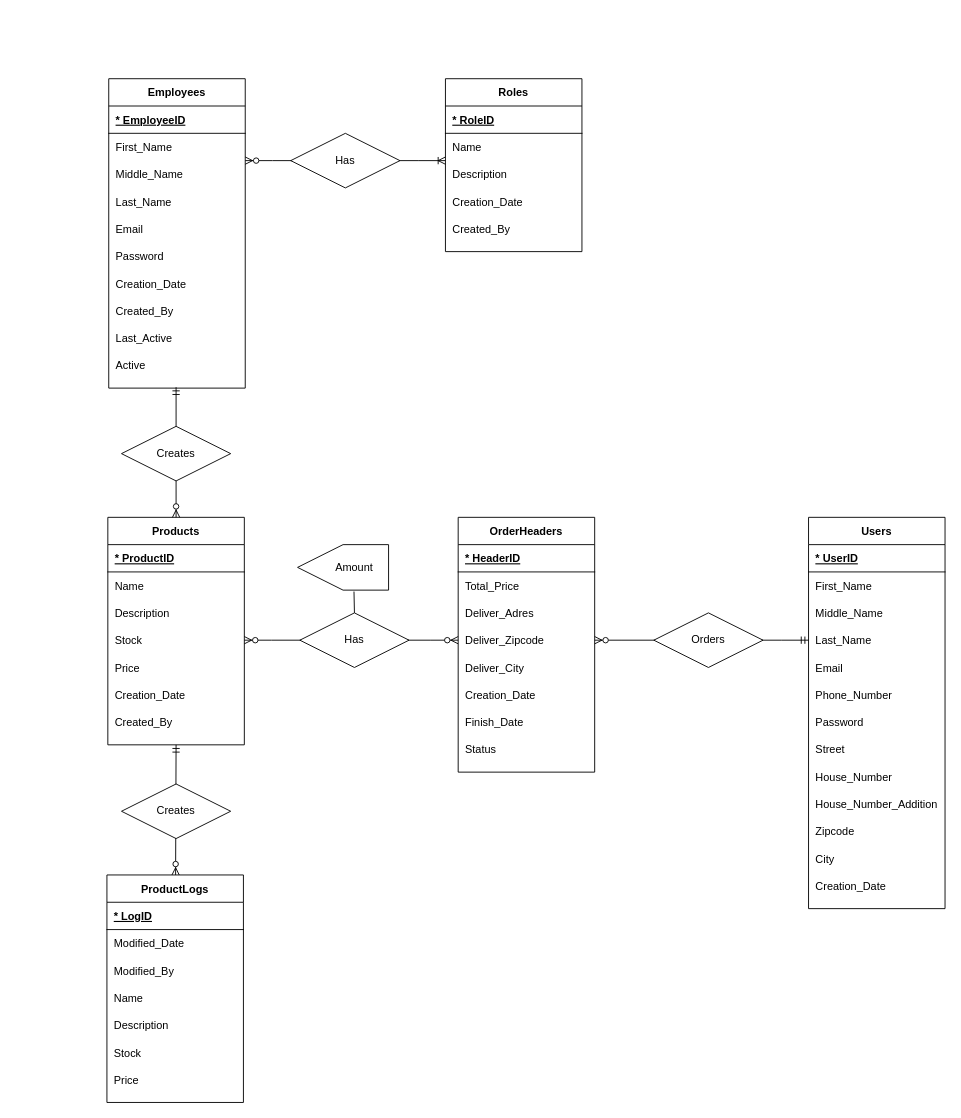
Before: ERD.drawio in wgeboers/stilteaubvDatabase, a draw.io diagram. Source tidied: cells renumbered, new cells numbered last; positions are measured from the earlier drawing's top-left corner, leaving out a move shared by most shapes. Both pictures are drawn from the tidied source at 91%, with x=0, y=0 at pixel (106, 78).
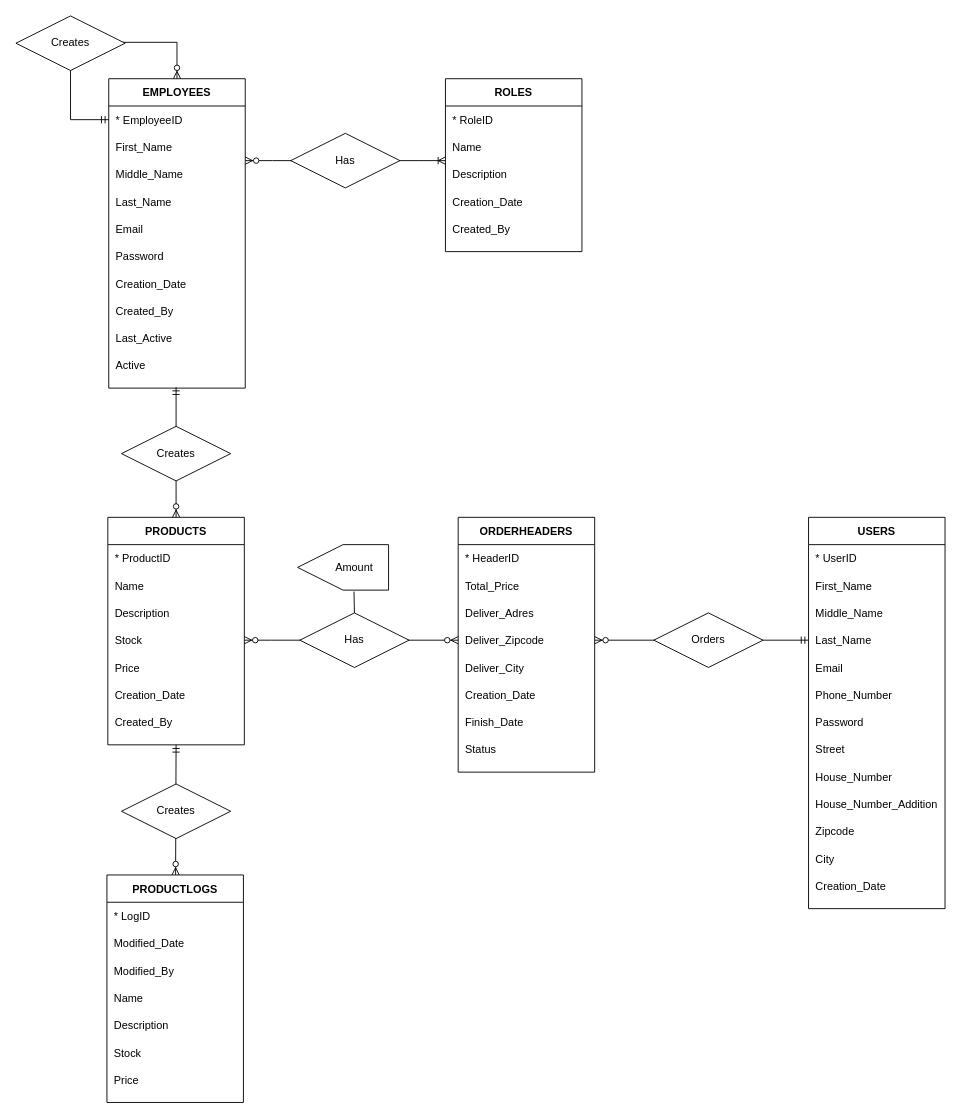
The same page after the edit.

The edit, as a diff of the source:
```diff
@@
-    <mxCell id="2" value="Employees" style="shape=table;startSize=30;childLayout=tableLayout;rowLines=0;fontStyle=1;align=center;" parent="1" vertex="1">
+    <mxCell id="2" value="EMPLOYEES" style="shape=table;startSize=30;childLayout=tableLayout;rowLines=0;fontStyle=1;align=center;" parent="1" vertex="1">
       <mxGeometry x="2" width="150" height="340" as="geometry" />
     </mxCell>
-    <mxCell id="3" style="shape=tableRow;horizontal=0;startSize=0;swimlaneHead=0;swimlaneBody=0;fillColor=none;top=0;left=0;right=0;bottom=1;" parent="2" vertex="1">
-      <mxGeometry y="30" width="150" height="30" as="geometry" />
-    </mxCell>
+    <mxCell id="121" style="shape=tableRow;horizontal=0;startSize=0;swimlaneHead=0;swimlaneBody=0;fillColor=none;points=[[0,0.5],[1,0.5]];portConstraint=eastwest;top=0;left=0;right=0;bottom=0;" parent="2" vertex="1">
+      <mxGeometry y="30" width="150" height="30" as="geometry" />
+    </mxCell>
-    <mxCell id="4" value="* EmployeeID" style="shape=partialRectangle;fillColor=none;top=0;left=0;bottom=0;right=0;align=left;spacingLeft=6;fontStyle=5;overflow=hidden;" parent="3" vertex="1">
+    <mxCell id="4" value="* EmployeeID" style="shape=partialRectangle;fillColor=none;top=0;left=0;bottom=0;right=0;align=left;spacingLeft=6;overflow=hidden;" parent="121" vertex="1">
       <mxGeometry width="150" height="30" as="geometry" />
     </mxCell>
@@
+    <mxCell id="122" style="fontSize=12;html=1;endArrow=ERzeroToMany;startArrow=ERmandOne;rounded=0;strokeColor=default;exitX=0;exitY=0.5;exitDx=0;exitDy=0;entryX=0.5;entryY=0;entryDx=0;entryDy=0;" parent="2" edge="1" source="121" target="2">
+      <mxGeometry relative="1" as="geometry">
+        <Array as="points">
+          <mxPoint x="-42" y="45" />
+          <mxPoint x="-42" y="-40" />
+          <mxPoint x="75" y="-40" />
+        </Array>
+      </mxGeometry>
+    </mxCell>
-    <mxCell id="23" value="Roles" style="shape=table;startSize=30;childLayout=tableLayout;rowLines=0;fontStyle=1;align=center;" parent="1" vertex="1">
+    <mxCell id="23" value="ROLES" style="shape=table;startSize=30;childLayout=tableLayout;rowLines=0;fontStyle=1;align=center;" parent="1" vertex="1">
       <mxGeometry x="372" width="150" height="190" as="geometry" />
     </mxCell>
-    <mxCell id="24" style="shape=tableRow;horizontal=0;startSize=0;swimlaneHead=0;swimlaneBody=0;fillColor=none;top=0;left=0;right=0;bottom=1;" parent="23" vertex="1">
-      <mxGeometry y="30" width="150" height="30" as="geometry" />
-    </mxCell>
+    <mxCell id="123" style="shape=tableRow;horizontal=0;startSize=0;swimlaneHead=0;swimlaneBody=0;fillColor=none;top=0;left=0;right=0;bottom=0;" parent="23" vertex="1">
+      <mxGeometry y="30" width="150" height="30" as="geometry" />
+    </mxCell>
-    <mxCell id="25" value="* RoleID" style="shape=partialRectangle;fillColor=none;top=0;left=0;bottom=0;right=0;align=left;spacingLeft=6;fontStyle=5;overflow=hidden;" parent="24" vertex="1">
+    <mxCell id="25" value="* RoleID" style="shape=partialRectangle;fillColor=none;top=0;left=0;bottom=0;right=0;align=left;spacingLeft=6;overflow=hidden;" parent="123" vertex="1">
       <mxGeometry width="150" height="30" as="geometry" />
     </mxCell>
@@
-    <mxCell id="34" value="Users" style="shape=table;startSize=30;childLayout=tableLayout;rowLines=0;fontStyle=1;align=center;" parent="1" vertex="1">
+    <mxCell id="34" value="USERS" style="shape=table;startSize=30;childLayout=tableLayout;rowLines=0;fontStyle=1;align=center;" parent="1" vertex="1">
       <mxGeometry x="771" y="482" width="150" height="430" as="geometry" />
     </mxCell>
-    <mxCell id="35" style="shape=tableRow;horizontal=0;startSize=0;swimlaneHead=0;swimlaneBody=0;fillColor=none;top=0;left=0;right=0;bottom=1;" parent="34" vertex="1">
-      <mxGeometry y="30" width="150" height="30" as="geometry" />
-    </mxCell>
+    <mxCell id="124" style="shape=tableRow;horizontal=0;startSize=0;swimlaneHead=0;swimlaneBody=0;fillColor=none;top=0;left=0;right=0;bottom=0;" parent="34" vertex="1">
+      <mxGeometry y="30" width="150" height="30" as="geometry" />
+    </mxCell>
-    <mxCell id="36" value="* UserID" style="shape=partialRectangle;fillColor=none;top=0;left=0;bottom=0;right=0;align=left;spacingLeft=6;fontStyle=5;overflow=hidden;" parent="35" vertex="1">
+    <mxCell id="36" value="* UserID" style="shape=partialRectangle;fillColor=none;top=0;left=0;bottom=0;right=0;align=left;spacingLeft=6;overflow=hidden;" parent="124" vertex="1">
       <mxGeometry width="150" height="30" as="geometry" />
     </mxCell>
@@
-    <mxCell id="61" value="Products" style="shape=table;startSize=30;childLayout=tableLayout;rowLines=0;fontStyle=1;align=center;" parent="1" vertex="1">
+    <mxCell id="61" value="PRODUCTS" style="shape=table;startSize=30;childLayout=tableLayout;rowLines=0;fontStyle=1;align=center;" parent="1" vertex="1">
       <mxGeometry x="1" y="482" width="150" height="250" as="geometry" />
     </mxCell>
-    <mxCell id="62" style="shape=tableRow;horizontal=0;startSize=0;swimlaneHead=0;swimlaneBody=0;fillColor=none;top=0;left=0;right=0;bottom=1;" parent="61" vertex="1">
-      <mxGeometry y="30" width="150" height="30" as="geometry" />
-    </mxCell>
+    <mxCell id="125" style="shape=tableRow;horizontal=0;startSize=0;swimlaneHead=0;swimlaneBody=0;fillColor=none;top=0;left=0;right=0;bottom=0;" parent="61" vertex="1">
+      <mxGeometry y="30" width="150" height="30" as="geometry" />
+    </mxCell>
-    <mxCell id="63" value="* ProductID" style="shape=partialRectangle;fillColor=none;top=0;left=0;bottom=0;right=0;align=left;spacingLeft=6;fontStyle=5;overflow=hidden;" parent="62" vertex="1">
+    <mxCell id="63" value="* ProductID" style="shape=partialRectangle;fillColor=none;top=0;left=0;bottom=0;right=0;align=left;spacingLeft=6;overflow=hidden;" parent="125" vertex="1">
       <mxGeometry width="150" height="30" as="geometry" />
     </mxCell>
@@
-    <mxCell id="76" value="ProductLogs" style="shape=table;startSize=30;childLayout=tableLayout;rowLines=0;fontStyle=1;align=center;" parent="1" vertex="1">
+    <mxCell id="76" value="PRODUCTLOGS" style="shape=table;startSize=30;childLayout=tableLayout;rowLines=0;fontStyle=1;align=center;" parent="1" vertex="1">
       <mxGeometry y="875" width="150" height="250" as="geometry" />
     </mxCell>
-    <mxCell id="77" style="shape=tableRow;horizontal=0;startSize=0;swimlaneHead=0;swimlaneBody=0;fillColor=none;top=0;left=0;right=0;bottom=1;" parent="76" vertex="1">
-      <mxGeometry y="30" width="150" height="30" as="geometry" />
-    </mxCell>
+    <mxCell id="126" style="shape=tableRow;horizontal=0;startSize=0;swimlaneHead=0;swimlaneBody=0;fillColor=none;top=0;left=0;right=0;bottom=0;" parent="76" vertex="1">
+      <mxGeometry y="30" width="150" height="30" as="geometry" />
+    </mxCell>
-    <mxCell id="78" value="* LogID" style="shape=partialRectangle;fillColor=none;top=0;left=0;bottom=0;right=0;align=left;spacingLeft=6;fontStyle=5;overflow=hidden;" parent="77" vertex="1">
+    <mxCell id="78" value="* LogID" style="shape=partialRectangle;fillColor=none;top=0;left=0;bottom=0;right=0;align=left;spacingLeft=6;overflow=hidden;" parent="126" vertex="1">
       <mxGeometry width="150" height="30" as="geometry" />
     </mxCell>
@@
-    <mxCell id="100" value="OrderHeaders" style="shape=table;startSize=30;childLayout=tableLayout;rowLines=0;fontStyle=1;align=center;" parent="1" vertex="1">
+    <mxCell id="100" value="ORDERHEADERS" style="shape=table;startSize=30;childLayout=tableLayout;rowLines=0;fontStyle=1;align=center;" parent="1" vertex="1">
       <mxGeometry x="386" y="482" width="150" height="280" as="geometry" />
     </mxCell>
-    <mxCell id="101" style="shape=tableRow;horizontal=0;startSize=0;swimlaneHead=0;swimlaneBody=0;fillColor=none;top=0;left=0;right=0;bottom=1;" parent="100" vertex="1">
-      <mxGeometry y="30" width="150" height="30" as="geometry" />
-    </mxCell>
+    <mxCell id="127" style="shape=tableRow;horizontal=0;startSize=0;swimlaneHead=0;swimlaneBody=0;fillColor=none;top=0;left=0;right=0;bottom=0;" parent="100" vertex="1">
+      <mxGeometry y="30" width="150" height="30" as="geometry" />
+    </mxCell>
-    <mxCell id="102" value="* HeaderID" style="shape=partialRectangle;fillColor=none;top=0;left=0;bottom=0;right=0;align=left;spacingLeft=6;fontStyle=5;overflow=hidden;" parent="101" vertex="1">
+    <mxCell id="102" value="* HeaderID" style="shape=partialRectangle;fillColor=none;top=0;left=0;bottom=0;right=0;align=left;spacingLeft=6;overflow=hidden;" parent="127" vertex="1">
       <mxGeometry width="150" height="30" as="geometry" />
     </mxCell>
@@
+    <mxCell id="128" value="Creates" style="shape=rhombus;perimeter=rhombusPerimeter;whiteSpace=wrap;html=1;align=center;" parent="1" vertex="1">
+      <mxGeometry x="-100" y="-69" width="120" height="60" as="geometry" />
+    </mxCell>
```
